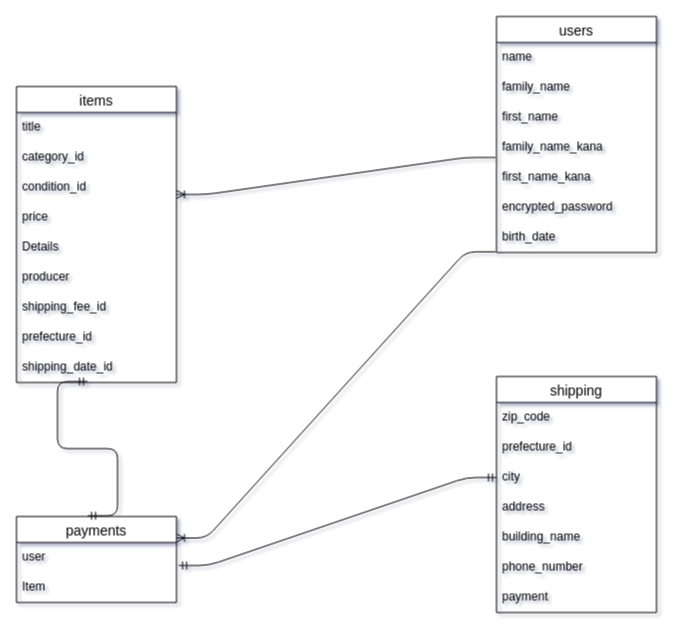
Above: furima-34435.dio in shohei-fujiwara03/furima-34435 (draw.io), before the change. Source tidied: cells renumbered, new cells numbered last; positions are measured from the earlier drawing's top-left corner, leaving out a move shared by most shapes. Both pictures are drawn from the tidied source at 100%, with x=0, y=0 at pixel (16, 16).
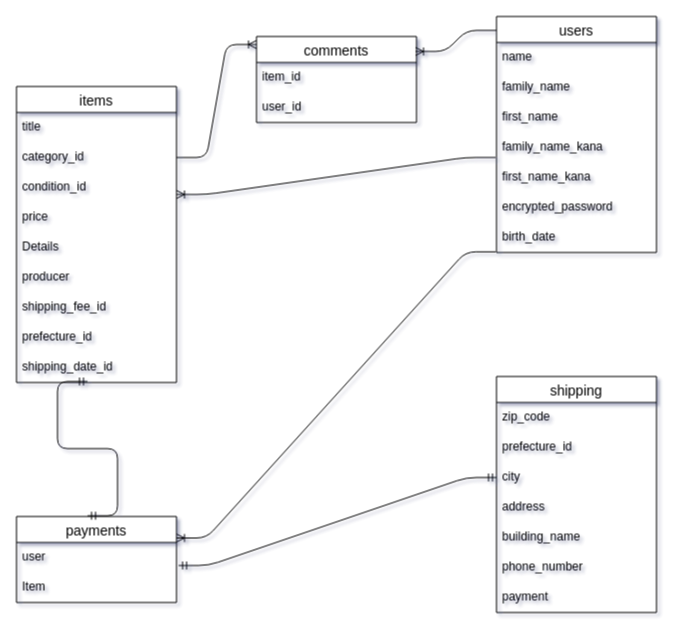
The same diagram, later.

Commit message:
ER図の再設計

Unchanged cells that the change refers to:
```xml
<mxCell id="4" value="category_id&#10;" style="text;strokeColor=none;fillColor=none;spacingLeft=4;spacingRight=4;overflow=hidden;points=[[0,0.5],[1,0.5]];portConstraint=eastwest;fontSize=12;" parent="2" vertex="1">
  <mxGeometry y="56" width="160" height="30" as="geometry" />
</mxCell>
<mxCell id="12" value="users" style="swimlane;fontStyle=0;horizontal=1;startSize=26;align=center;fontSize=14;" parent="1" vertex="1">
  <mxGeometry x="480" width="160" height="236" as="geometry" />
</mxCell>
```

Diff of the diagram source:
```diff
@@
+    <mxCell id="35" value="comments" style="swimlane;fontStyle=0;horizontal=1;startSize=26;align=center;fontSize=14;" parent="1" vertex="1">
+      <mxGeometry x="240" y="20" width="160" height="86" as="geometry" />
+    </mxCell>
+    <mxCell id="36" value="item_id&#10;" style="text;strokeColor=none;fillColor=none;spacingLeft=4;spacingRight=4;overflow=hidden;fontSize=12;" parent="35" vertex="1">
+      <mxGeometry y="26" width="160" height="30" as="geometry" />
+    </mxCell>
+    <mxCell id="37" value="user_id&#10;" style="text;strokeColor=none;fillColor=none;spacingLeft=4;spacingRight=4;overflow=hidden;fontSize=12;" parent="35" vertex="1">
+      <mxGeometry y="56" width="160" height="30" as="geometry" />
+    </mxCell>
+    <mxCell id="38" style="edgeStyle=entityRelationEdgeStyle;fontSize=12;html=1;endArrow=ERoneToMany;entryX=0;entryY=0.093;entryDx=0;entryDy=0;entryPerimeter=0;exitX=1;exitY=0.5;exitDx=0;exitDy=0;" parent="1" edge="1" source="4" target="35">
+      <mxGeometry relative="1" as="geometry" />
+    </mxCell>
+    <mxCell id="39" style="edgeStyle=entityRelationEdgeStyle;fontSize=12;html=1;endArrow=ERoneToMany;entryX=0.994;entryY=0.174;entryDx=0;entryDy=0;entryPerimeter=0;exitX=0;exitY=0.059;exitDx=0;exitDy=0;exitPerimeter=0;" parent="1" edge="1" source="12" target="35">
+      <mxGeometry relative="1" as="geometry" />
+    </mxCell>
```
